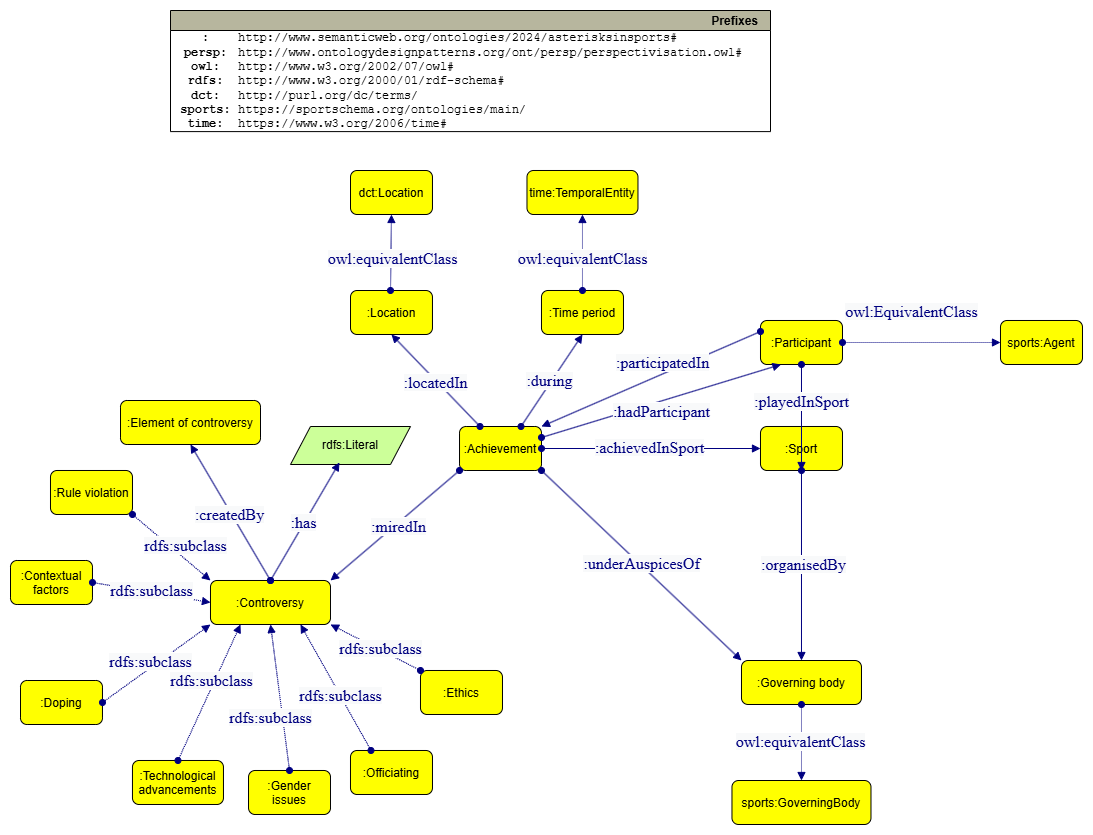
The draw.io diagram img/ontologydiagram1.drawio.png in krzywonos/asterisks-in-sports, before a commit. Source tidied: cells renumbered, new cells last; positions are measured from the earlier drawing's top-left corner, leaving out a move shared by most shapes.
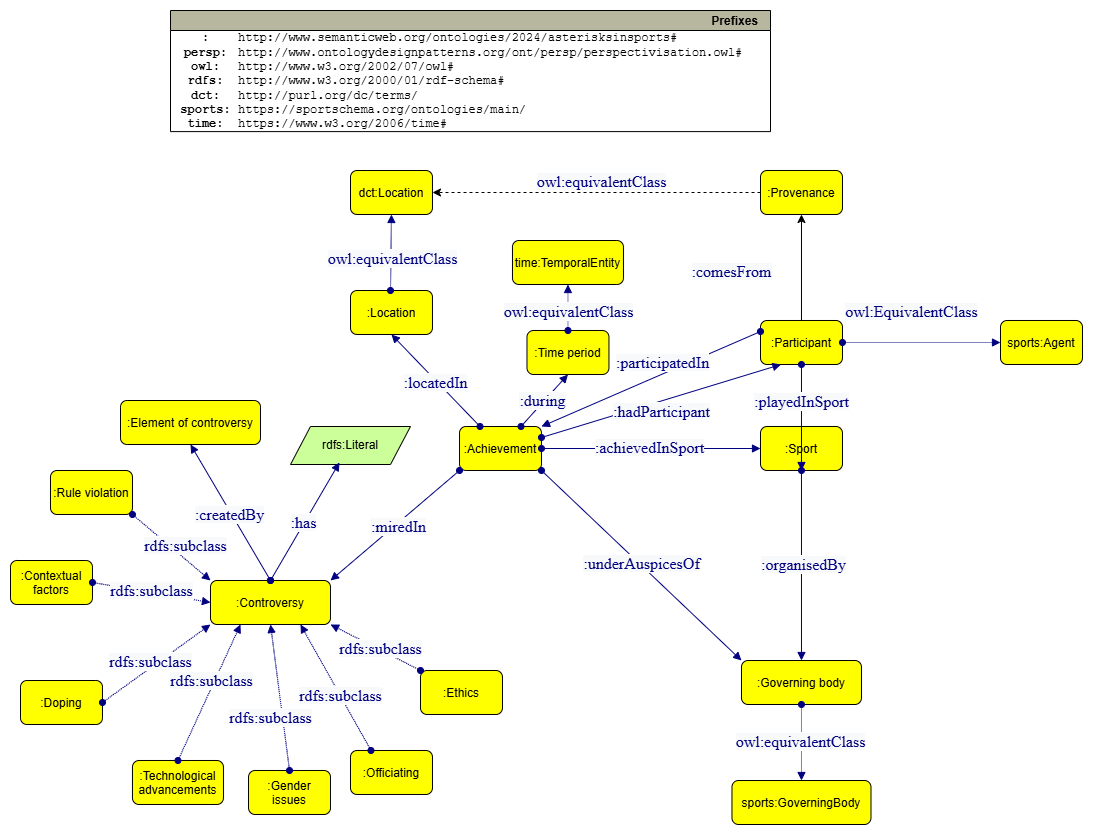
After the commit.

Commit message:
added Provenance and its links to diagrams and text

Diff of the diagram source:
```diff
@@ -21,10 +21,10 @@
       <mxGeometry x="340" y="280" width="82" height="44" as="geometry" />
     </mxCell>
     <mxCell id="8" value="time:TemporalEntity" style="graphMlID=n4;shape=rect;rounded=1;arcsize=30;fillColor=#ffff00;strokeColor=#000000;strokeWidth=1.0;" parent="1" vertex="1">
-      <mxGeometry x="516.5" y="160" width="111" height="44" as="geometry" />
+      <mxGeometry x="502" y="230" width="111" height="44" as="geometry" />
     </mxCell>
     <mxCell id="9" value=":Time period" style="graphMlID=n4;shape=rect;rounded=1;arcsize=30;fillColor=#ffff00;strokeColor=#000000;strokeWidth=1.0;" parent="1" vertex="1">
-      <mxGeometry x="531" y="280" width="82" height="44" as="geometry" />
+      <mxGeometry x="516.5" y="320" width="82" height="44" as="geometry" />
     </mxCell>
     <mxCell id="10" value=":Sport" style="graphMlID=n4;shape=rect;rounded=1;arcsize=30;fillColor=#ffff00;strokeColor=#000000;strokeWidth=1.0;" parent="1" vertex="1">
       <mxGeometry x="750" y="416" width="82" height="44" as="geometry" />
@@ -144,6 +144,16 @@
         <mxPoint x="-3" as="offset" />
       </mxGeometry>
     </mxCell>
+    <mxCell id="69" value="&lt;span style=&quot;color: rgb(0 , 0 , 128) ; font-family: &amp;#34;dialog&amp;#34; ; font-size: 16px ; background-color: rgb(248 , 249 , 250)&quot;&gt;owl:equivalentClass&lt;/span&gt;" style="text;html=1;align=center;verticalAlign=middle;labelBackgroundColor=#ffffff;" parent="42" vertex="1">
+      <mxGeometry x="-0.14" y="-3" relative="1" as="geometry">
+        <mxPoint x="30" y="-130" as="offset" />
+      </mxGeometry>
+    </mxCell>
+    <mxCell id="70" value="&lt;span style=&quot;color: rgb(0, 0, 128); font-family: dialog; font-size: 16px; background-color: rgb(248, 249, 250);&quot;&gt;:comesFrom&lt;/span&gt;" style="text;html=1;align=center;verticalAlign=middle;labelBackgroundColor=#ffffff;" parent="42" vertex="1">
+      <mxGeometry x="-0.14" y="-3" relative="1" as="geometry">
+        <mxPoint x="160" y="-40" as="offset" />
+      </mxGeometry>
+    </mxCell>
     <mxCell id="44" style="graphMlID=e0;rounded=0;endArrow=block;strokeColor=#000080;strokeWidth=1.0;startArrow=oval;startFill=1;endFill=1;entryX=0.5;entryY=1;entryDx=0;entryDy=0;exitX=0.75;exitY=0;exitDx=0;exitDy=0;" parent="1" edge="1" source="3" target="9">
       <mxGeometry relative="1" as="geometry" />
     </mxCell>
@@ -233,5 +243,14 @@
     <mxCell id="68" value="&lt;font face=&quot;dialog&quot; color=&quot;#000080&quot;&gt;&lt;span style=&quot;font-size: 16px; background-color: rgb(248, 249, 250);&quot;&gt;:has&lt;/span&gt;&lt;/font&gt;" style="text;html=1;align=center;verticalAlign=middle;labelBackgroundColor=#ffffff;" parent="67" vertex="1">
       <mxGeometry x="-0.02" y="2" relative="1" as="geometry" />
     </mxCell>
+    <mxCell id="71" value=":Provenance" style="graphMlID=n4;shape=rect;rounded=1;arcsize=30;fillColor=#ffff00;strokeColor=#000000;strokeWidth=1.0;" parent="1" vertex="1">
+      <mxGeometry x="750" y="160" width="82" height="44" as="geometry" />
+    </mxCell>
+    <mxCell id="72" style="endArrow=classic;html=1;rounded=0;exitX=0.5;exitY=0;exitDx=0;exitDy=0;entryX=0.5;entryY=1;entryDx=0;entryDy=0;" parent="1" edge="1" source="12" target="71">
+      <mxGeometry relative="1" as="geometry" />
+    </mxCell>
+    <mxCell id="73" style="endArrow=classic;html=1;rounded=0;exitX=0;exitY=0.5;exitDx=0;exitDy=0;entryX=1;entryY=0.5;entryDx=0;entryDy=0;dashed=1;" parent="1" edge="1" source="71" target="15">
+      <mxGeometry relative="1" as="geometry" />
+    </mxCell>
   </root>
 </mxGraphModel>
```
